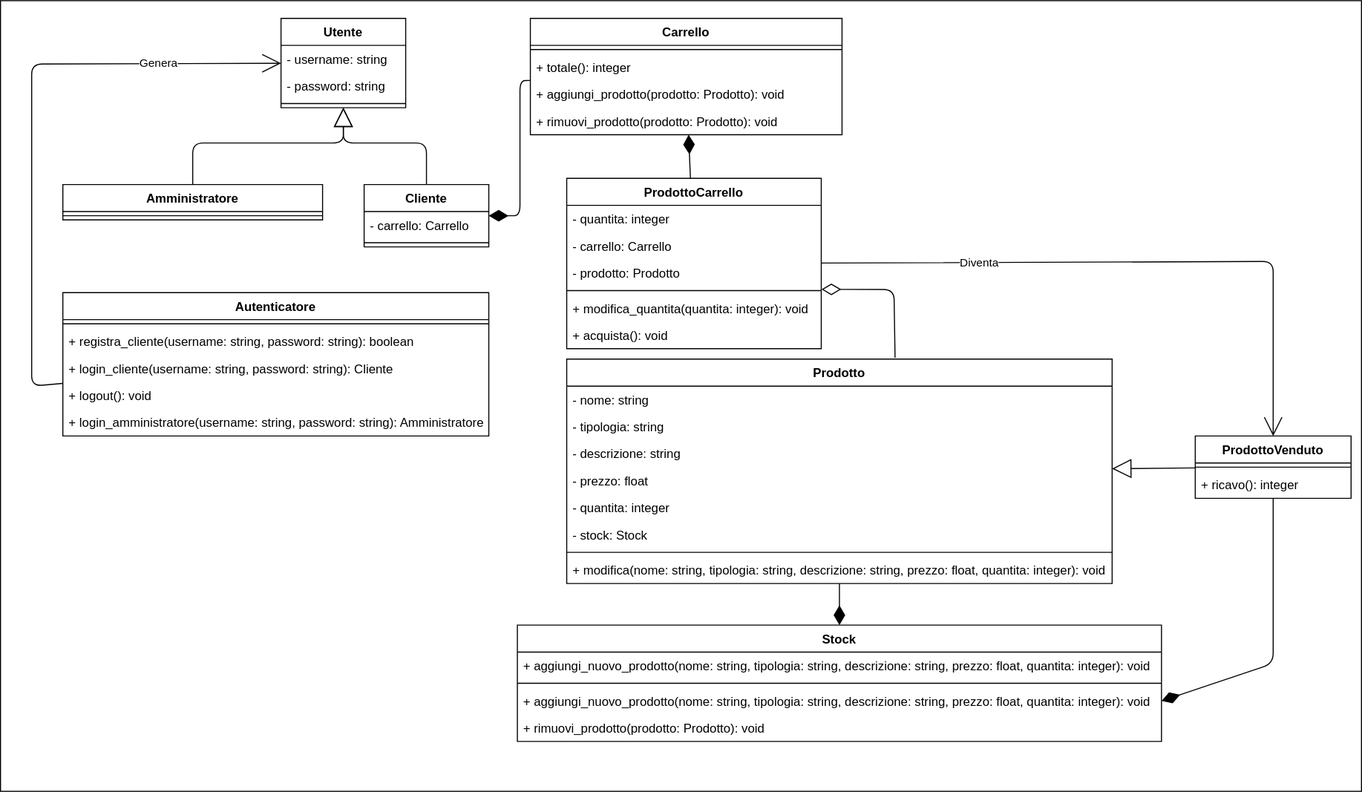
MickTK/ProgettoFinaleISW keeps this draw.io diagram as diagrammi/classi.drawio.svg. Above is the earlier version. Source tidied: cells renumbered, new cells last; positions are measured from the earlier drawing's top-left corner, leaving out a move shared by most shapes.
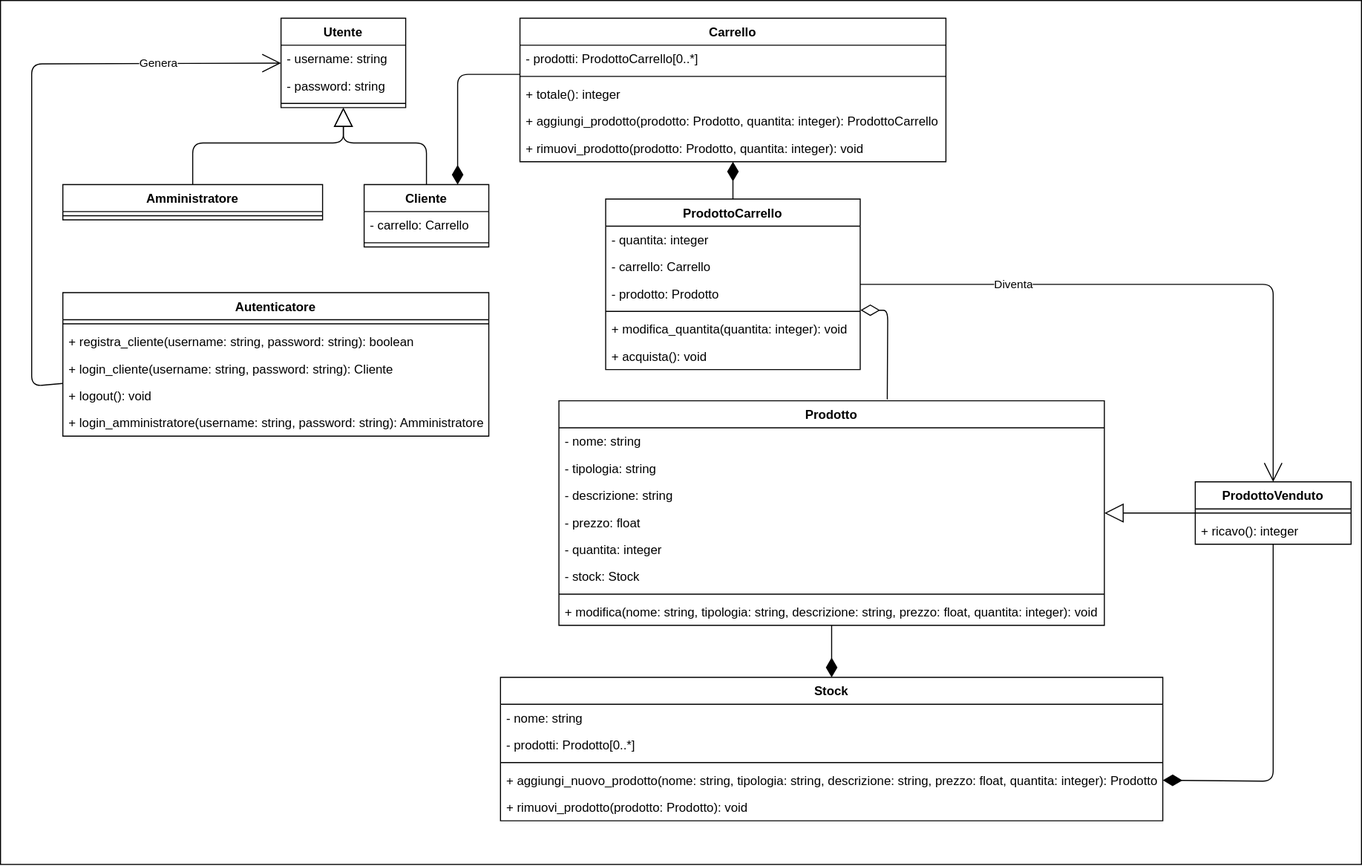
The same diagram one commit later.

Diff of the diagram source:
```diff
@@ -3,7 +3,7 @@
     <mxCell id="0" />
     <mxCell id="1" parent="0" />
     <mxCell id="2" style="rounded=0;whiteSpace=wrap;html=1;" parent="1" vertex="1">
-      <mxGeometry width="1310" height="761" as="geometry" />
+      <mxGeometry width="1310" height="831" as="geometry" />
     </mxCell>
     <mxCell id="3" value="Cliente" style="swimlane;fontStyle=1;align=center;verticalAlign=top;horizontal=1;startSize=26;" parent="1" vertex="1">
       <mxGeometry x="350" y="177" width="120" height="60" as="geometry" />
@@ -15,22 +15,25 @@
       <mxGeometry y="52" width="120" height="8" as="geometry" />
     </mxCell>
     <mxCell id="6" value="Carrello" style="swimlane;fontStyle=1;align=center;verticalAlign=top;horizontal=1;startSize=26;" parent="1" vertex="1">
-      <mxGeometry x="510" y="17" width="300" height="112" as="geometry" />
+      <mxGeometry x="500" y="17" width="410" height="138" as="geometry" />
     </mxCell>
+    <mxCell id="59" value="- prodotti: ProdottoCarrello[0..*]" style="text;strokeColor=none;fillColor=none;align=left;verticalAlign=top;spacingLeft=4;spacingRight=4;overflow=hidden;" parent="6" vertex="1">
+      <mxGeometry y="26" width="410" height="26" as="geometry" />
+    </mxCell>
     <mxCell id="7" style="line;strokeWidth=1;fillColor=none;align=left;verticalAlign=middle;spacingTop=-1;spacingLeft=3;spacingRight=3;labelPosition=right;strokeColor=inherit;" parent="6" vertex="1">
-      <mxGeometry y="26" width="300" height="8" as="geometry" />
+      <mxGeometry y="52" width="410" height="8" as="geometry" />
     </mxCell>
     <mxCell id="8" value="+ totale(): integer" style="text;strokeColor=none;fillColor=none;align=left;verticalAlign=top;spacingLeft=4;spacingRight=4;overflow=hidden;" parent="6" vertex="1">
-      <mxGeometry y="34" width="300" height="26" as="geometry" />
+      <mxGeometry y="60" width="410" height="26" as="geometry" />
     </mxCell>
-    <mxCell id="9" value="+ aggiungi_prodotto(prodotto: Prodotto): void" style="text;strokeColor=none;fillColor=none;align=left;verticalAlign=top;spacingLeft=4;spacingRight=4;overflow=hidden;" parent="6" vertex="1">
-      <mxGeometry y="60" width="300" height="26" as="geometry" />
+    <mxCell id="9" value="+ aggiungi_prodotto(prodotto: Prodotto, quantita: integer): ProdottoCarrello" style="text;strokeColor=none;fillColor=none;align=left;verticalAlign=top;spacingLeft=4;spacingRight=4;overflow=hidden;" parent="6" vertex="1">
+      <mxGeometry y="86" width="410" height="26" as="geometry" />
     </mxCell>
-    <mxCell id="10" value="+ rimuovi_prodotto(prodotto: Prodotto): void" style="text;strokeColor=none;fillColor=none;align=left;verticalAlign=top;spacingLeft=4;spacingRight=4;overflow=hidden;" parent="6" vertex="1">
-      <mxGeometry y="86" width="300" height="26" as="geometry" />
+    <mxCell id="10" value="+ rimuovi_prodotto(prodotto: Prodotto, quantita: integer): void" style="text;strokeColor=none;fillColor=none;align=left;verticalAlign=top;spacingLeft=4;spacingRight=4;overflow=hidden;" parent="6" vertex="1">
+      <mxGeometry y="112" width="410" height="26" as="geometry" />
     </mxCell>
     <mxCell id="11" value="ProdottoCarrello" style="swimlane;fontStyle=1;align=center;verticalAlign=top;horizontal=1;startSize=26;" parent="1" vertex="1">
-      <mxGeometry x="545" y="171" width="245" height="164" as="geometry" />
+      <mxGeometry x="582.5" y="191" width="245" height="164" as="geometry" />
     </mxCell>
     <mxCell id="12" value="- quantita: integer" style="text;strokeColor=none;fillColor=none;align=left;verticalAlign=top;spacingLeft=4;spacingRight=4;overflow=hidden;" parent="11" vertex="1">
       <mxGeometry y="26" width="245" height="26" as="geometry" />
@@ -51,7 +54,7 @@
       <mxGeometry y="138" width="245" height="26" as="geometry" />
     </mxCell>
     <mxCell id="18" value="Prodotto" style="swimlane;fontStyle=1;align=center;verticalAlign=top;horizontal=1;startSize=26;" parent="1" vertex="1">
-      <mxGeometry x="545" y="345" width="525" height="216" as="geometry" />
+      <mxGeometry x="537.5" y="385" width="525" height="216" as="geometry" />
     </mxCell>
     <mxCell id="19" value="- nome: string" style="text;strokeColor=none;fillColor=none;align=left;verticalAlign=top;spacingLeft=4;spacingRight=4;overflow=hidden;" parent="18" vertex="1">
       <mxGeometry y="26" width="525" height="26" as="geometry" />
@@ -111,11 +114,11 @@
         </Array>
       </mxGeometry>
     </mxCell>
-    <mxCell id="35" style="endArrow=diamondThin;html=1;endFill=1;startArrow=none;startFill=0;endSize=16;" parent="1" edge="1" source="6" target="3">
+    <mxCell id="35" style="endArrow=diamondThin;html=1;endFill=1;startArrow=none;startFill=0;endSize=16;entryX=0.75;entryY=0;entryDx=0;entryDy=0;" parent="1" edge="1" target="3">
       <mxGeometry relative="1" as="geometry">
+        <mxPoint x="500" y="71" as="sourcePoint" />
         <Array as="points">
-          <mxPoint x="500" y="77" />
-          <mxPoint x="500" y="207" />
+          <mxPoint x="440" y="71" />
         </Array>
       </mxGeometry>
     </mxCell>
@@ -125,7 +128,7 @@
     <mxCell id="37" style="endArrow=diamondThin;html=1;endFill=0;startArrow=none;startFill=0;endSize=16;entryX=1.001;entryY=0.355;entryDx=0;entryDy=0;entryPerimeter=0;exitX=0.602;exitY=-0.006;exitDx=0;exitDy=0;exitPerimeter=0;" parent="1" edge="1" source="18" target="15">
       <mxGeometry relative="1" as="geometry">
         <Array as="points">
-          <mxPoint x="860" y="278" />
+          <mxPoint x="854" y="298" />
         </Array>
       </mxGeometry>
     </mxCell>
@@ -148,7 +151,7 @@
       <mxGeometry y="112" width="410" height="26" as="geometry" />
     </mxCell>
     <mxCell id="44" value="ProdottoVenduto" style="swimlane;fontStyle=1;align=center;verticalAlign=top;horizontal=1;startSize=26;" parent="1" vertex="1">
-      <mxGeometry x="1150" y="419" width="150" height="60" as="geometry" />
+      <mxGeometry x="1150" y="463" width="150" height="60" as="geometry" />
     </mxCell>
     <mxCell id="45" style="line;strokeWidth=1;fillColor=none;align=left;verticalAlign=middle;spacingTop=-1;spacingLeft=3;spacingRight=3;labelPosition=right;strokeColor=inherit;" parent="44" vertex="1">
       <mxGeometry y="26" width="150" height="8" as="geometry" />
@@ -160,19 +163,22 @@
       <mxGeometry relative="1" as="geometry" />
     </mxCell>
     <mxCell id="48" value="Stock" style="swimlane;fontStyle=1;align=center;verticalAlign=top;horizontal=1;startSize=26;" parent="1" vertex="1">
-      <mxGeometry x="497.5" y="601" width="620" height="112" as="geometry" />
+      <mxGeometry x="481.2" y="651" width="637.5" height="138" as="geometry" />
     </mxCell>
-    <mxCell id="49" value="+ aggiungi_nuovo_prodotto(nome: string, tipologia: string, descrizione: string, prezzo: float, quantita: integer): void" style="text;strokeColor=none;fillColor=none;align=left;verticalAlign=top;spacingLeft=4;spacingRight=4;overflow=hidden;" parent="48" vertex="1">
-      <mxGeometry y="26" width="620" height="26" as="geometry" />
+    <mxCell id="49" value="- nome: string" style="text;strokeColor=none;fillColor=none;align=left;verticalAlign=top;spacingLeft=4;spacingRight=4;overflow=hidden;" parent="48" vertex="1">
+      <mxGeometry y="26" width="637.5" height="26" as="geometry" />
     </mxCell>
+    <mxCell id="60" value="- prodotti: Prodotto[0..*]" style="text;strokeColor=none;fillColor=none;align=left;verticalAlign=top;spacingLeft=4;spacingRight=4;overflow=hidden;" parent="48" vertex="1">
+      <mxGeometry y="52" width="637.5" height="26" as="geometry" />
+    </mxCell>
     <mxCell id="50" style="line;strokeWidth=1;fillColor=none;align=left;verticalAlign=middle;spacingTop=-1;spacingLeft=3;spacingRight=3;labelPosition=right;strokeColor=inherit;" parent="48" vertex="1">
-      <mxGeometry y="52" width="620" height="8" as="geometry" />
+      <mxGeometry y="78" width="637.5" height="8" as="geometry" />
     </mxCell>
-    <mxCell id="51" value="+ aggiungi_nuovo_prodotto(nome: string, tipologia: string, descrizione: string, prezzo: float, quantita: integer): void" style="text;strokeColor=none;fillColor=none;align=left;verticalAlign=top;spacingLeft=4;spacingRight=4;overflow=hidden;points=[[0,0.5],[1,0.5]];portConstraint=eastwest;" parent="48" vertex="1">
-      <mxGeometry y="60" width="620" height="26" as="geometry" />
+    <mxCell id="51" value="+ aggiungi_nuovo_prodotto(nome: string, tipologia: string, descrizione: string, prezzo: float, quantita: integer): Prodotto" style="text;strokeColor=none;fillColor=none;align=left;verticalAlign=top;spacingLeft=4;spacingRight=4;overflow=hidden;points=[[0,0.5],[1,0.5]];portConstraint=eastwest;" parent="48" vertex="1">
+      <mxGeometry y="86" width="637.5" height="26" as="geometry" />
     </mxCell>
     <mxCell id="52" value="+ rimuovi_prodotto(prodotto: Prodotto): void" style="text;strokeColor=none;fillColor=none;align=left;verticalAlign=top;spacingLeft=4;spacingRight=4;overflow=hidden;" parent="48" vertex="1">
-      <mxGeometry y="86" width="620" height="26" as="geometry" />
+      <mxGeometry y="112" width="637.5" height="26" as="geometry" />
     </mxCell>
     <mxCell id="53" style="endArrow=diamondThin;html=1;endFill=1;startArrow=none;startFill=0;endSize=16;" parent="1" edge="1" source="18" target="48">
       <mxGeometry relative="1" as="geometry" />
@@ -180,7 +186,7 @@
     <mxCell id="54" style="endArrow=none;html=1;endFill=0;startArrow=open;startFill=0;endSize=16;startSize=16;" parent="1" edge="1" source="44" target="11">
       <mxGeometry relative="1" as="geometry">
         <Array as="points">
-          <mxPoint x="1225" y="251" />
+          <mxPoint x="1225" y="273" />
         </Array>
       </mxGeometry>
     </mxCell>
@@ -192,7 +198,7 @@
     <mxCell id="56" style="endArrow=diamondThin;html=1;endFill=1;startArrow=none;startFill=0;endSize=16;entryX=1;entryY=0.5;entryDx=0;entryDy=0;" parent="1" edge="1" source="44" target="51">
       <mxGeometry relative="1" as="geometry">
         <Array as="points">
-          <mxPoint x="1225" y="638" />
+          <mxPoint x="1225" y="751" />
         </Array>
       </mxGeometry>
     </mxCell>
```
